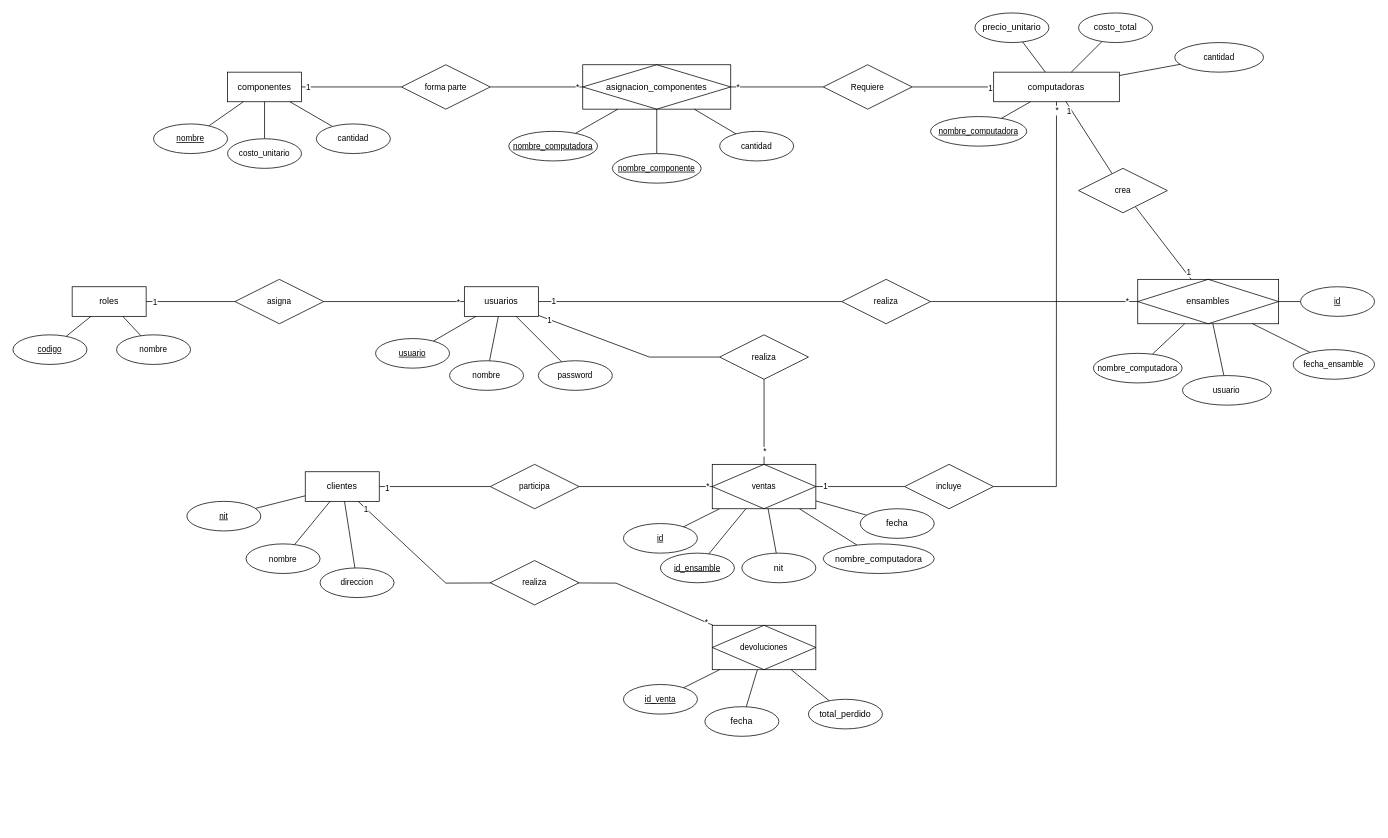
Above: page "ER" (2 of 2) of Documentación/La Computadora Feliz IPC2 1S 2025.drawio in Emahch/Proyecto-1-IPC2-S2-2025 (draw.io), before the change. Source tidied: cells renumbered, new cells numbered last; positions are measured from the earlier drawing's top-left corner, leaving out a move shared by most shapes. Both pictures are drawn from the tidied source at 74%, with x=0, y=0 at pixel (13, 13).
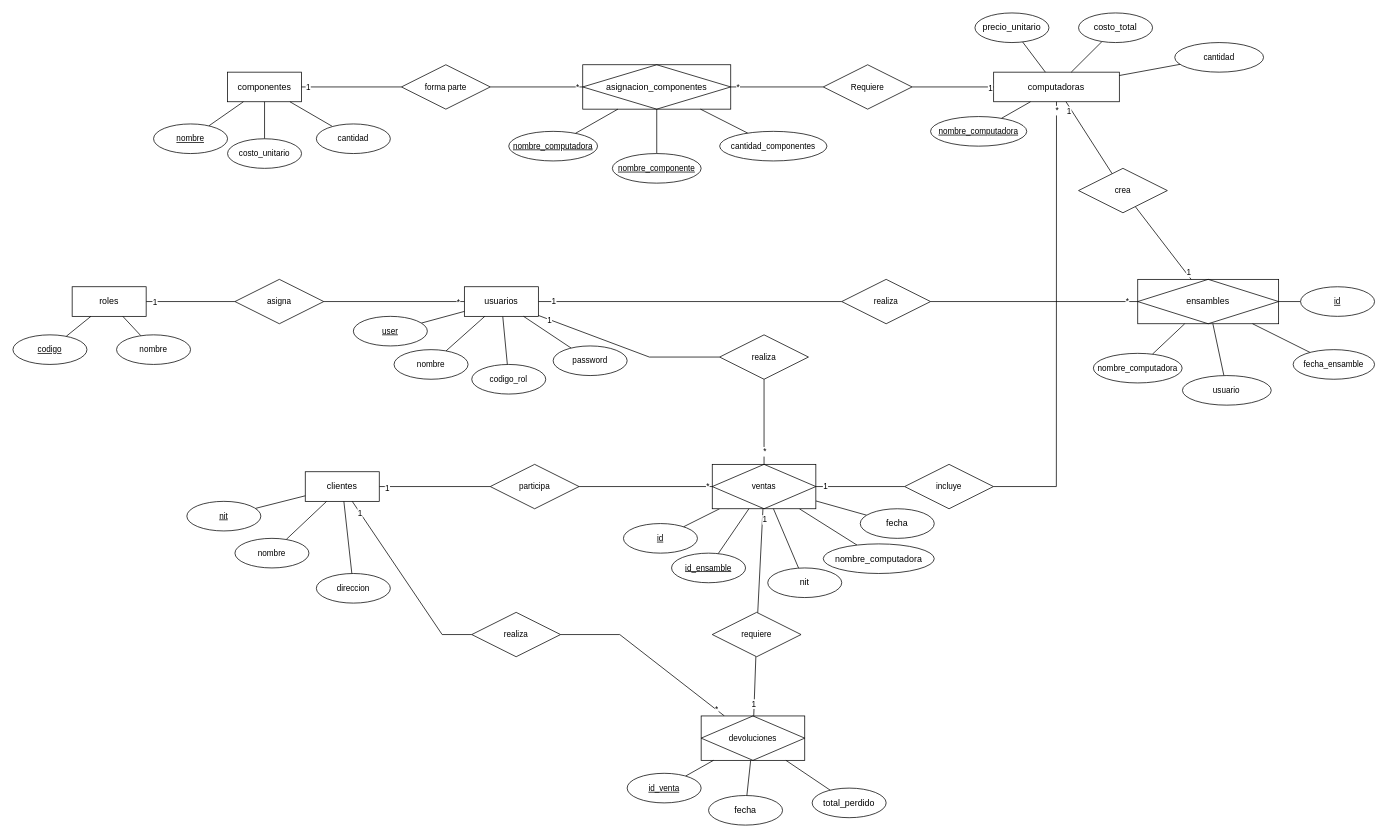
After the change.

Unchanged cells that the change refers to:
```xml
<mxCell id="5" value="usuarios" style="whiteSpace=wrap;html=1;align=center;" parent="1" vertex="1">
  <mxGeometry x="610" y="370" width="100" height="40" as="geometry" />
</mxCell>
<mxCell id="39" value="ventas" style="shape=associativeEntity;whiteSpace=wrap;html=1;align=center;fontFamily=Helvetica;fontSize=11;fontColor=default;labelBackgroundColor=default;" parent="1" vertex="1">
  <mxGeometry x="945" y="610" width="140" height="60" as="geometry" />
</mxCell>
<mxCell id="68" value="clientes" style="whiteSpace=wrap;html=1;align=center;" parent="1" vertex="1">
  <mxGeometry x="395" y="620" width="100" height="40" as="geometry" />
</mxCell>
```

The edit, as a diff of the source:
```diff
@@
+    <mxCell id="116" style="edgeStyle=none;shape=connector;rounded=0;jettySize=auto;html=1;strokeColor=default;align=center;verticalAlign=middle;fontFamily=Helvetica;fontSize=11;fontColor=default;labelBackgroundColor=default;startFill=0;endArrow=none;" parent="1" edge="1" source="5" target="119">
+      <mxGeometry relative="1" as="geometry" />
+    </mxCell>
@@
-    <mxCell id="17" value="cantidad" style="ellipse;whiteSpace=wrap;html=1;align=center;fontFamily=Helvetica;fontSize=11;fontColor=default;labelBackgroundColor=default;" parent="1" vertex="1">
-      <mxGeometry x="955" y="160" width="100" height="40" as="geometry" />
+    <mxCell id="17" value="cantidad_componentes" style="ellipse;whiteSpace=wrap;html=1;align=center;fontFamily=Helvetica;fontSize=11;fontColor=default;labelBackgroundColor=default;" parent="1" vertex="1">
+      <mxGeometry x="955" y="160" width="145" height="40" as="geometry" />
     </mxCell>
@@
     <mxCell id="41" value="fecha" style="ellipse;whiteSpace=wrap;html=1;align=center;" parent="1" vertex="1">
-      <mxGeometry x="935" y="937.5" width="100" height="40" as="geometry" />
+      <mxGeometry x="940" y="1057.5" width="100" height="40" as="geometry" />
     </mxCell>
     <mxCell id="42" style="edgeStyle=none;shape=connector;rounded=0;jettySize=auto;html=1;strokeColor=default;align=center;verticalAlign=middle;fontFamily=Helvetica;fontSize=11;fontColor=default;labelBackgroundColor=default;startFill=0;endArrow=none;" parent="1" edge="1" source="44" target="81">
       <mxGeometry relative="1" as="geometry">
         <Array as="points">
-          <mxPoint x="815" y="770.5" />
+          <mxPoint x="820" y="840" />
         </Array>
       </mxGeometry>
     </mxCell>
@@
+    <mxCell id="117" style="edgeStyle=none;shape=connector;rounded=0;jettySize=auto;html=1;strokeColor=default;align=center;verticalAlign=middle;fontFamily=Helvetica;fontSize=11;fontColor=default;labelBackgroundColor=default;startFill=0;endArrow=none;" parent="1" edge="1" source="44" target="122">
+      <mxGeometry relative="1" as="geometry" />
+    </mxCell>
+    <mxCell id="118" value="1" style="edgeLabel;html=1;align=center;verticalAlign=middle;fontFamily=Helvetica;fontSize=11;fontColor=default;labelBackgroundColor=default;" parent="117" vertex="1">
+      <mxGeometry x="-0.61" y="1" relative="1" as="geometry" />
+    </mxCell>
     <mxCell id="44" value="devoluciones" style="shape=associativeEntity;whiteSpace=wrap;html=1;align=center;fontFamily=Helvetica;fontSize=11;fontColor=default;labelBackgroundColor=default;" parent="1" vertex="1">
-      <mxGeometry x="945" y="827.5" width="140" height="60" as="geometry" />
+      <mxGeometry x="930" y="950" width="140" height="60" as="geometry" />
     </mxCell>
@@
     <mxCell id="46" value="id_venta" style="ellipse;whiteSpace=wrap;html=1;align=center;fontStyle=4;fontFamily=Helvetica;fontSize=11;fontColor=default;labelBackgroundColor=default;" parent="1" vertex="1">
-      <mxGeometry x="825" y="907.5" width="100" height="40" as="geometry" />
+      <mxGeometry x="830" y="1027.5" width="100" height="40" as="geometry" />
     </mxCell>
@@
     <mxCell id="48" value="total_perdido" style="ellipse;whiteSpace=wrap;html=1;align=center;" parent="1" vertex="1">
-      <mxGeometry x="1075" y="927.5" width="100" height="40" as="geometry" />
+      <mxGeometry x="1080" y="1047.5" width="100" height="40" as="geometry" />
     </mxCell>
@@
-    <mxCell id="51" value="usuario" style="ellipse;whiteSpace=wrap;html=1;align=center;fontStyle=4;fontFamily=Helvetica;fontSize=11;fontColor=default;labelBackgroundColor=default;" parent="1" vertex="1">
-      <mxGeometry x="490" y="440" width="100" height="40" as="geometry" />
+    <mxCell id="51" value="user" style="ellipse;whiteSpace=wrap;html=1;align=center;fontStyle=4;fontFamily=Helvetica;fontSize=11;fontColor=default;labelBackgroundColor=default;" parent="1" vertex="1">
+      <mxGeometry x="460" y="410" width="100" height="40" as="geometry" />
     </mxCell>
     <mxCell id="52" value="nombre" style="ellipse;whiteSpace=wrap;html=1;align=center;fontFamily=Helvetica;fontSize=11;fontColor=default;labelBackgroundColor=default;" parent="1" vertex="1">
-      <mxGeometry x="590" y="470" width="100" height="40" as="geometry" />
+      <mxGeometry x="515" y="455" width="100" height="40" as="geometry" />
     </mxCell>
@@
     <mxCell id="63" value="password" style="ellipse;whiteSpace=wrap;html=1;align=center;fontFamily=Helvetica;fontSize=11;fontColor=default;labelBackgroundColor=default;" parent="1" vertex="1">
-      <mxGeometry x="710" y="470" width="100" height="40" as="geometry" />
+      <mxGeometry x="730" y="450" width="100" height="40" as="geometry" />
     </mxCell>
@@
     <mxCell id="72" value="nombre" style="ellipse;whiteSpace=wrap;html=1;align=center;fontFamily=Helvetica;fontSize=11;fontColor=default;labelBackgroundColor=default;" parent="1" vertex="1">
-      <mxGeometry x="315" y="717.5" width="100" height="40" as="geometry" />
+      <mxGeometry x="300" y="710" width="100" height="40" as="geometry" />
     </mxCell>
@@
     <mxCell id="74" value="direccion" style="ellipse;whiteSpace=wrap;html=1;align=center;fontFamily=Helvetica;fontSize=11;fontColor=default;labelBackgroundColor=default;" parent="1" vertex="1">
-      <mxGeometry x="415" y="750" width="100" height="40" as="geometry" />
+      <mxGeometry x="410" y="757.5" width="100" height="40" as="geometry" />
     </mxCell>
@@
     <mxCell id="76" value="nit" style="ellipse;whiteSpace=wrap;html=1;align=center;" parent="1" vertex="1">
-      <mxGeometry x="985" y="730" width="100" height="40" as="geometry" />
+      <mxGeometry x="1020" y="750" width="100" height="40" as="geometry" />
     </mxCell>
@@
     <mxCell id="81" value="realiza" style="shape=rhombus;perimeter=rhombusPerimeter;whiteSpace=wrap;html=1;align=center;fontFamily=Helvetica;fontSize=11;fontColor=default;labelBackgroundColor=default;" parent="1" vertex="1">
-      <mxGeometry x="645" y="740" width="120" height="60" as="geometry" />
+      <mxGeometry x="620" y="810" width="120" height="60" as="geometry" />
     </mxCell>
     <mxCell id="82" style="edgeStyle=none;shape=connector;rounded=0;jettySize=auto;html=1;strokeColor=default;align=center;verticalAlign=middle;fontFamily=Helvetica;fontSize=11;fontColor=default;labelBackgroundColor=default;startFill=0;endArrow=none;" parent="1" edge="1" source="68" target="81">
       <mxGeometry relative="1" as="geometry">
         <Array as="points">
-          <mxPoint x="585" y="770.5" />
+          <mxPoint x="580" y="840" />
         </Array>
       </mxGeometry>
     </mxCell>
@@
     <mxCell id="108" value="id_ensamble" style="ellipse;whiteSpace=wrap;html=1;align=center;fontStyle=4;fontFamily=Helvetica;fontSize=11;fontColor=default;labelBackgroundColor=default;" parent="1" vertex="1">
-      <mxGeometry x="875" y="730" width="100" height="40" as="geometry" />
+      <mxGeometry x="890" y="730" width="100" height="40" as="geometry" />
     </mxCell>
@@
+    <mxCell id="119" value="codigo_rol" style="ellipse;whiteSpace=wrap;html=1;align=center;fontFamily=Helvetica;fontSize=11;fontColor=default;labelBackgroundColor=default;" parent="1" vertex="1">
+      <mxGeometry x="620" y="475" width="100" height="40" as="geometry" />
+    </mxCell>
+    <mxCell id="120" style="edgeStyle=none;shape=connector;rounded=0;jettySize=auto;html=1;strokeColor=default;align=center;verticalAlign=middle;fontFamily=Helvetica;fontSize=11;fontColor=default;labelBackgroundColor=default;startFill=0;endArrow=none;" parent="1" edge="1" source="122" target="39">
+      <mxGeometry relative="1" as="geometry" />
+    </mxCell>
+    <mxCell id="121" value="1" style="edgeLabel;html=1;align=center;verticalAlign=middle;fontFamily=Helvetica;fontSize=11;fontColor=default;labelBackgroundColor=default;" parent="120" vertex="1">
+      <mxGeometry x="0.8" y="-3" relative="1" as="geometry" />
+    </mxCell>
+    <mxCell id="122" value="requiere" style="shape=rhombus;perimeter=rhombusPerimeter;whiteSpace=wrap;html=1;align=center;fontFamily=Helvetica;fontSize=11;fontColor=default;labelBackgroundColor=default;" parent="1" vertex="1">
+      <mxGeometry x="945" y="810" width="120" height="60" as="geometry" />
+    </mxCell>
```
